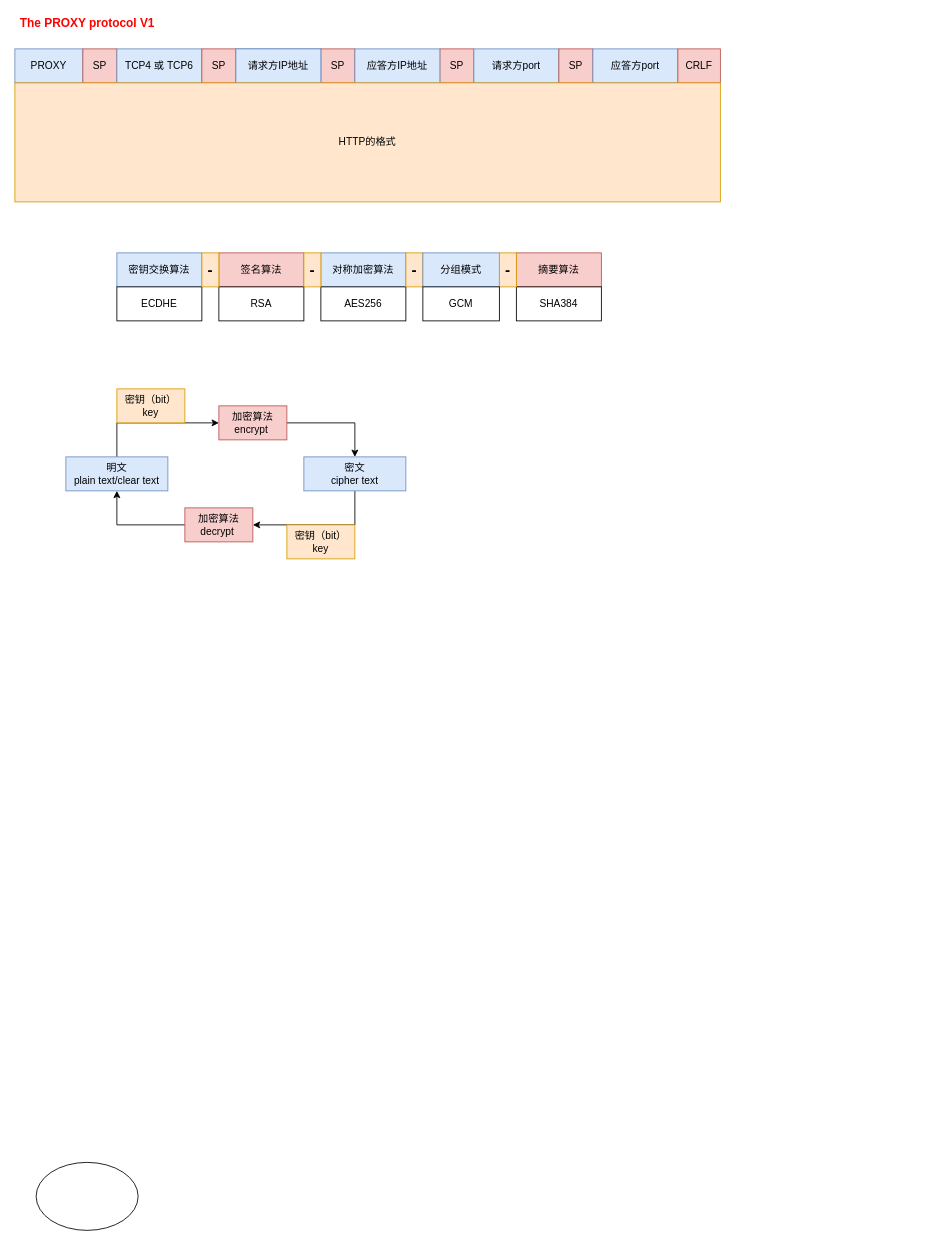
This is HTTp.drawio from moonlightop/Blog, a draw.io file, before an edit. Source tidied: cells renumbered, new cells numbered last; positions are measured from the earlier drawing's top-left corner, leaving out a move shared by most shapes. Both pictures are drawn from the tidied source at 85%, with x=0, y=0 at pixel (14, 14).
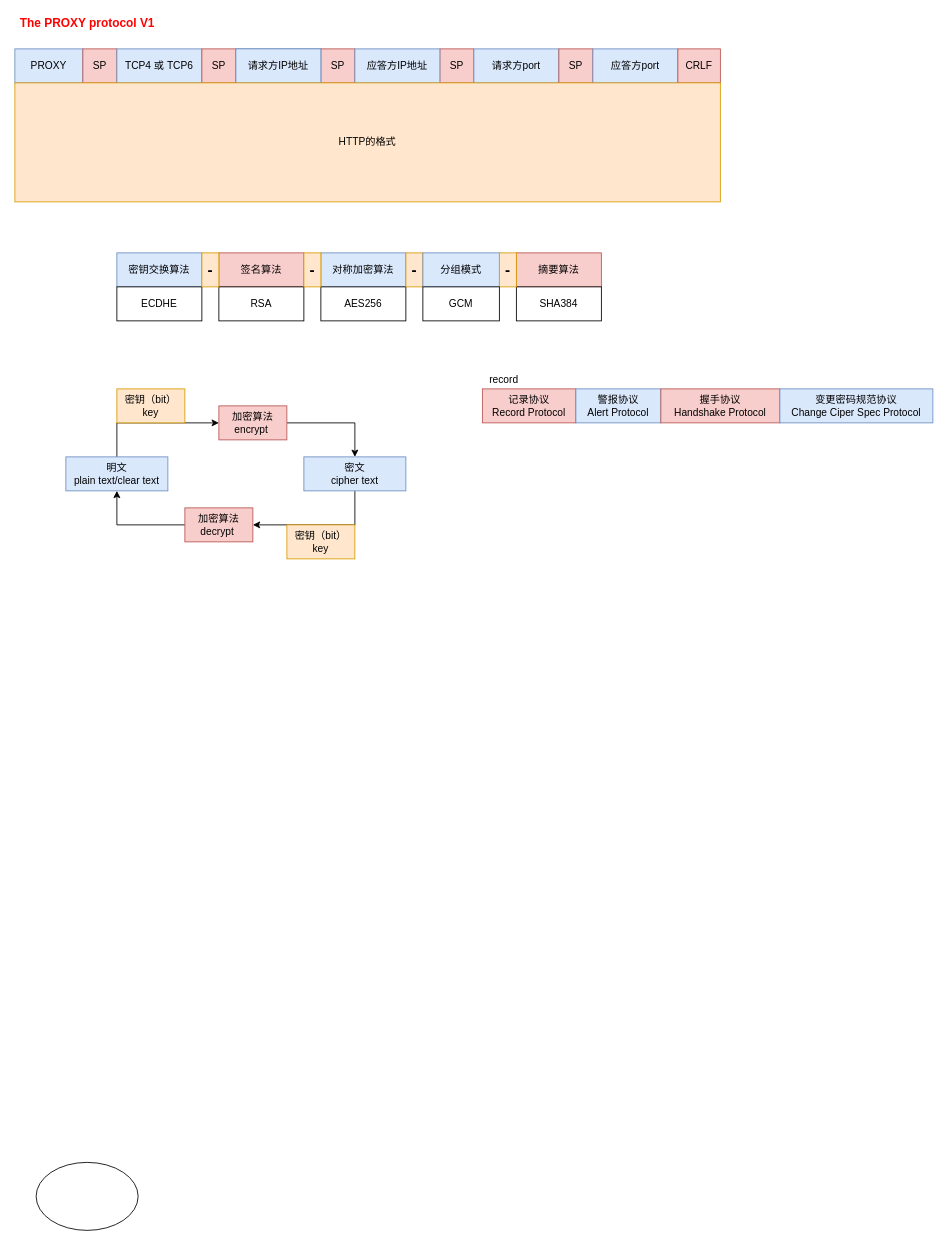
The same diagram, later.

Diff of the diagram source:
```diff
@@
+    <mxCell id="42" value="记录协议&lt;br&gt;Record Protocol" style="rounded=0;whiteSpace=wrap;html=1;fillColor=#f8cecc;strokeColor=#b85450;" parent="1" vertex="1">
+      <mxGeometry x="550" y="440" width="110" height="40" as="geometry" />
+    </mxCell>
+    <mxCell id="43" value="警报协议&lt;br&gt;Alert Protocol" style="rounded=0;whiteSpace=wrap;html=1;fillColor=#dae8fc;strokeColor=#6c8ebf;" parent="1" vertex="1">
+      <mxGeometry x="660" y="440" width="100" height="40" as="geometry" />
+    </mxCell>
+    <mxCell id="44" value="握手协议&lt;br&gt;Handshake Protocol" style="rounded=0;whiteSpace=wrap;html=1;fillColor=#f8cecc;strokeColor=#b85450;" parent="1" vertex="1">
+      <mxGeometry x="760" y="440" width="140" height="40" as="geometry" />
+    </mxCell>
+    <mxCell id="45" value="变更密码规范协议&lt;br&gt;Change Ciper Spec Protocol" style="rounded=0;whiteSpace=wrap;html=1;fillColor=#dae8fc;strokeColor=#6c8ebf;" parent="1" vertex="1">
+      <mxGeometry x="900" y="440" width="180" height="40" as="geometry" />
+    </mxCell>
+    <mxCell id="46" value="record" style="text;html=1;align=center;verticalAlign=middle;strokeColor=none;" parent="1" vertex="1">
+      <mxGeometry x="550" y="420" width="50" height="20" as="geometry" />
+    </mxCell>
```
